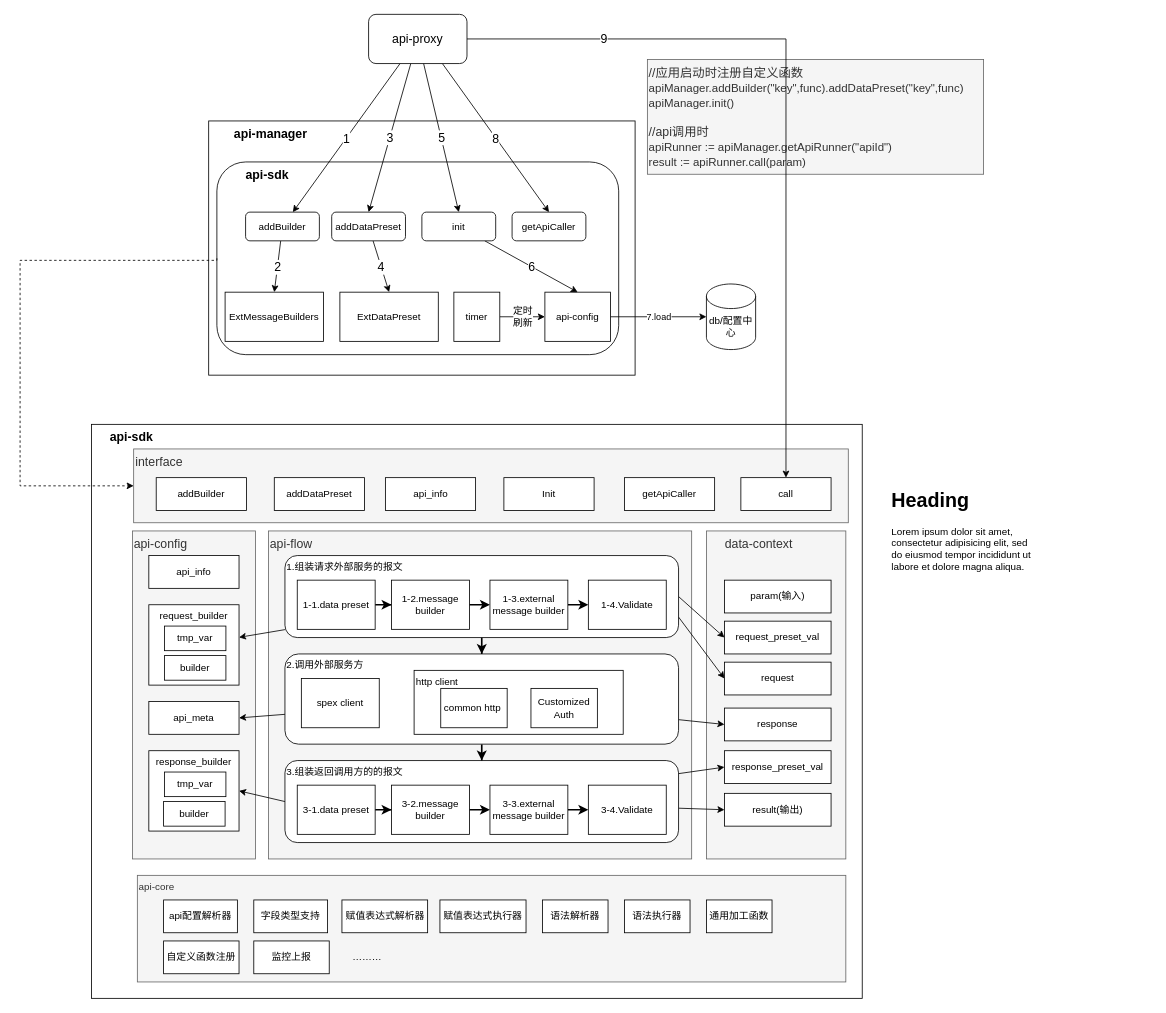
Earlier version of the draw.io diagram page "api调用框架" (1 of 2) of api design.drawio (rogers-li/MyDoc). Source tidied: cells renumbered, new cells numbered last; positions are measured from the earlier drawing's top-left corner, leaving out a move shared by most shapes. Both pictures are drawn from the tidied source at 82%, with x=0, y=0 at pixel (20, 14).
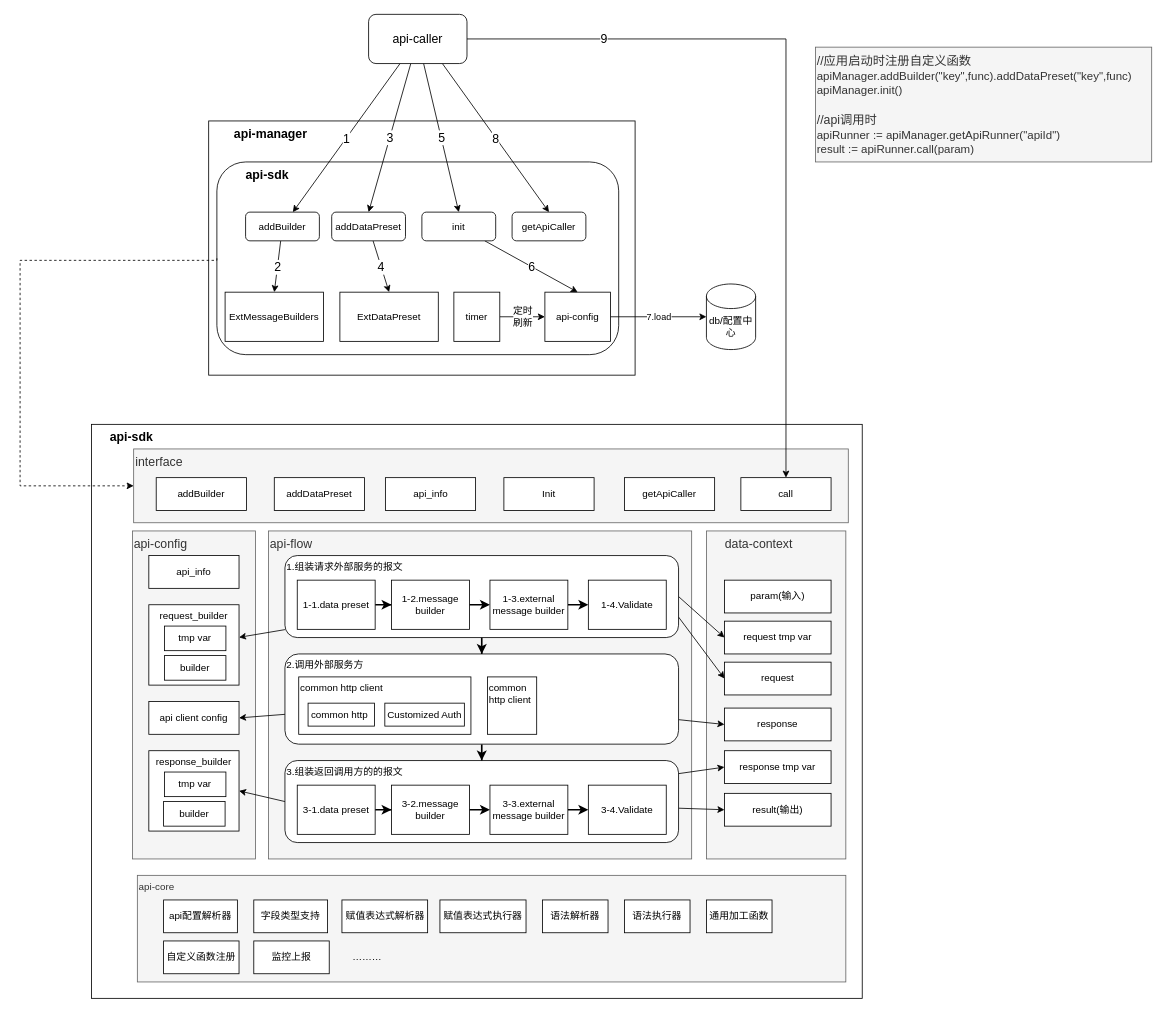
The same page after the edit.

Diff of the diagram source:
```diff
@@
-    <mxCell id="25" value="api-proxy" style="rounded=1;whiteSpace=wrap;html=1;fontSize=15;" parent="1" vertex="1">
+    <mxCell id="25" value="api-caller" style="rounded=1;whiteSpace=wrap;html=1;fontSize=15;" parent="1" vertex="1">
       <mxGeometry x="425" width="120" height="60" as="geometry" />
     </mxCell>
@@
     <mxCell id="28" value="//应用启动时注册自定义函数&lt;br&gt;&lt;font style=&quot;font-size: 14px;&quot;&gt;apiManager.addBuilder(&quot;key&quot;,func).addDataPreset(&quot;key&quot;,func)&lt;br&gt;apiManager.init()&lt;/font&gt;&lt;br&gt;&lt;br&gt;//api调用时&lt;br&gt;&lt;font style=&quot;font-size: 14px;&quot;&gt;apiRunner := apiManager.getApiRunner(&quot;apiId&quot;)&lt;br&gt;result := apiRunner.call(param)&lt;/font&gt;" style="text;html=1;align=left;verticalAlign=middle;strokeColor=#666666;fillColor=#f5f5f5;fontSize=15;fontColor=#333333;" parent="1" vertex="1">
-      <mxGeometry x="765" y="55" width="410" height="140" as="geometry" />
+      <mxGeometry x="970" y="40" width="410" height="140" as="geometry" />
     </mxCell>
@@
-    <mxCell id="56" value="spex client" style="rounded=0;whiteSpace=wrap;html=1;fontColor=#000000;" parent="1" vertex="1">
-      <mxGeometry x="343" y="810" width="95" height="60" as="geometry" />
-    </mxCell>
-    <mxCell id="57" value="http client" style="rounded=0;whiteSpace=wrap;html=1;fontColor=#000000;align=left;verticalAlign=top;" parent="1" vertex="1">
-      <mxGeometry x="480.5" y="800" width="255" height="78" as="geometry" />
+    <mxCell id="57" value="common http client" style="rounded=0;whiteSpace=wrap;html=1;fontColor=#000000;align=left;verticalAlign=top;" parent="1" vertex="1">
+      <mxGeometry x="339.8" y="808" width="210" height="70" as="geometry" />
     </mxCell>
     <mxCell id="58" value="common http&amp;nbsp;" style="rounded=0;whiteSpace=wrap;html=1;fontColor=#000000;" parent="1" vertex="1">
-      <mxGeometry x="513" y="822" width="81" height="48" as="geometry" />
+      <mxGeometry x="351.2" y="840" width="81" height="28" as="geometry" />
     </mxCell>
     <mxCell id="59" value="Customized Auth" style="rounded=0;whiteSpace=wrap;html=1;fontColor=#000000;" parent="1" vertex="1">
-      <mxGeometry x="623" y="822" width="81" height="48" as="geometry" />
+      <mxGeometry x="444.8" y="840" width="97" height="28" as="geometry" />
     </mxCell>
@@
-    <mxCell id="61" value="request_preset_val" style="rounded=0;whiteSpace=wrap;html=1;fontColor=#000000;" parent="1" vertex="1">
+    <mxCell id="61" value="request tmp var" style="rounded=0;whiteSpace=wrap;html=1;fontColor=#000000;" parent="1" vertex="1">
       <mxGeometry x="859" y="740" width="130" height="40" as="geometry" />
     </mxCell>
@@
-    <mxCell id="64" value="response_preset_val" style="rounded=0;whiteSpace=wrap;html=1;fontColor=#000000;" parent="1" vertex="1">
+    <mxCell id="64" value="response tmp var" style="rounded=0;whiteSpace=wrap;html=1;fontColor=#000000;" parent="1" vertex="1">
       <mxGeometry x="859" y="898" width="130" height="40" as="geometry" />
     </mxCell>
@@
-    <mxCell id="67" value="api_meta" style="rounded=0;whiteSpace=wrap;html=1;fontColor=#000000;" parent="1" vertex="1">
+    <mxCell id="67" value="api client config" style="rounded=0;whiteSpace=wrap;html=1;fontColor=#000000;" parent="1" vertex="1">
       <mxGeometry x="157" y="838" width="110" height="40" as="geometry" />
     </mxCell>
@@
-    <mxCell id="69" value="tmp_var" style="rounded=0;whiteSpace=wrap;html=1;fontColor=#000000;" parent="1" vertex="1">
+    <mxCell id="69" value="tmp var" style="rounded=0;whiteSpace=wrap;html=1;fontColor=#000000;" parent="1" vertex="1">
       <mxGeometry x="176" y="746" width="75" height="30" as="geometry" />
     </mxCell>
@@
-    <mxCell id="72" value="tmp_var" style="rounded=0;whiteSpace=wrap;html=1;fontColor=#000000;" parent="1" vertex="1">
+    <mxCell id="72" value="tmp var" style="rounded=0;whiteSpace=wrap;html=1;fontColor=#000000;" parent="1" vertex="1">
       <mxGeometry x="176" y="924" width="75" height="30" as="geometry" />
     </mxCell>
@@
-    <mxCell id="94" value="&lt;h1&gt;Heading&lt;/h1&gt;&lt;p&gt;Lorem ipsum dolor sit amet, consectetur adipisicing elit, sed do eiusmod tempor incididunt ut labore et dolore magna aliqua.&lt;/p&gt;" style="text;html=1;strokeColor=none;fillColor=none;spacing=5;spacingTop=-20;whiteSpace=wrap;overflow=hidden;rounded=0;" parent="1" vertex="1">
-      <mxGeometry x="1058" y="573" width="190" height="120" as="geometry" />
-    </mxCell>
+    <mxCell id="95" value="common http client" style="rounded=0;whiteSpace=wrap;html=1;fontColor=#000000;align=left;verticalAlign=top;" parent="1" vertex="1">
+      <mxGeometry x="570" y="808" width="60" height="70" as="geometry" />
+    </mxCell>
```
